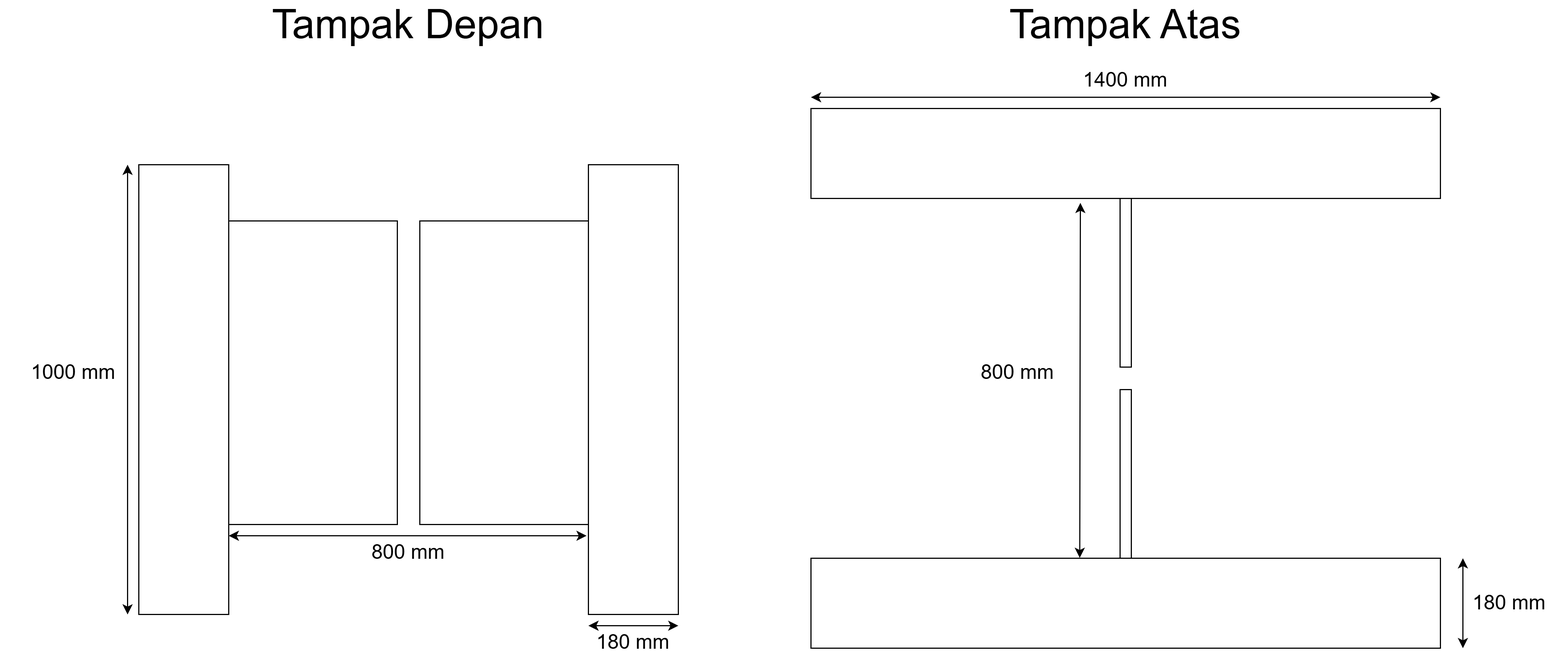
Above: image/gerbang-satuan.png in wNSYA/Proposal-TA (draw.io), before the change. Source tidied: cells renumbered, new cells last; positions are measured from the earlier drawing's top-left corner, leaving out a move shared by most shapes.
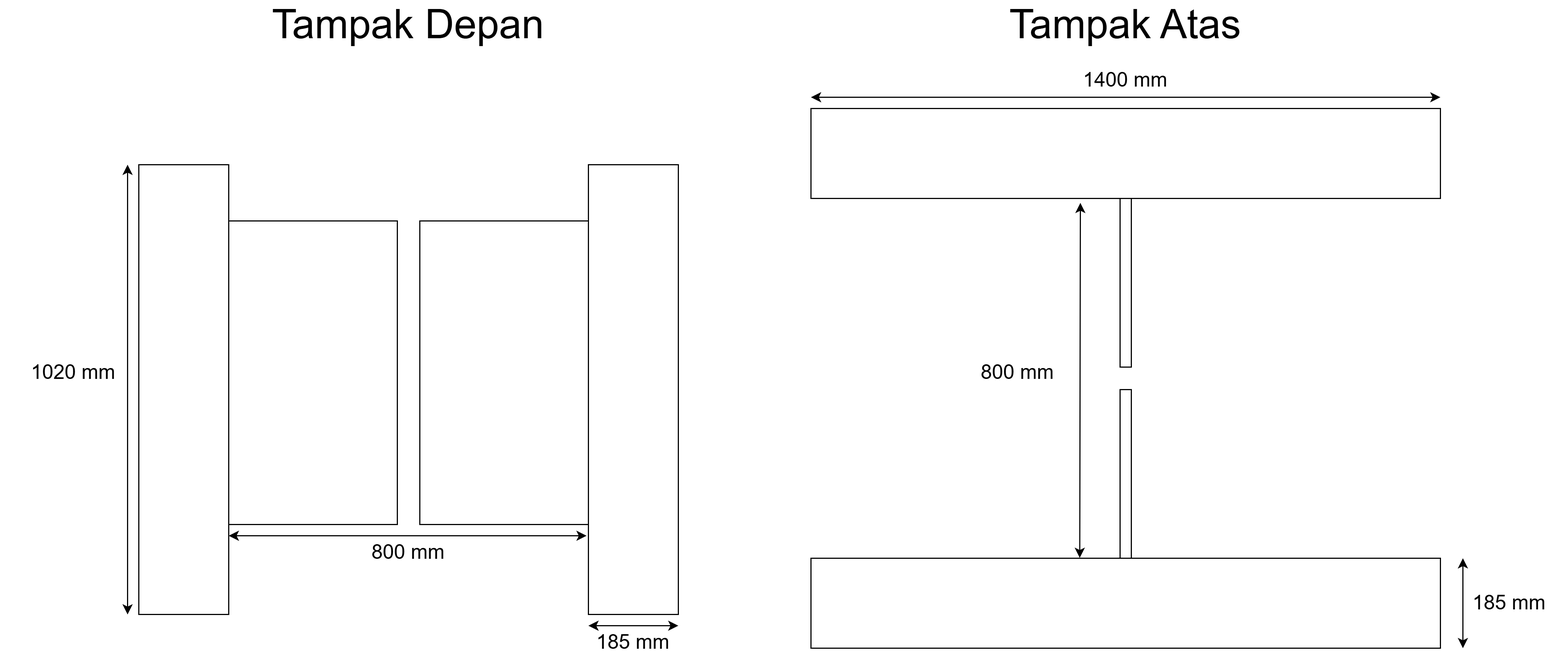
After the commit.

Change to the diagram source:
```diff
@@ -20,7 +20,7 @@
         <mxPoint x="603" y="550" as="targetPoint" />
       </mxGeometry>
     </mxCell>
-    <mxCell id="7" value="&lt;font style=&quot;font-size: 18px;&quot;&gt;180 mm&lt;/font&gt;" style="text;html=1;whiteSpace=wrap;strokeColor=none;fillColor=none;align=center;verticalAlign=middle;rounded=0;" parent="1" vertex="1">
+    <mxCell id="7" value="&lt;font style=&quot;font-size: 18px;&quot;&gt;185 mm&lt;/font&gt;" style="text;html=1;whiteSpace=wrap;strokeColor=none;fillColor=none;align=center;verticalAlign=middle;rounded=0;" parent="1" vertex="1">
       <mxGeometry x="497" y="550" width="132" height="30" as="geometry" />
     </mxCell>
     <mxCell id="8" style="endArrow=classic;startArrow=classic;html=1;rounded=0;" parent="1" edge="1">
@@ -29,7 +29,7 @@
         <mxPoint x="113" y="540" as="targetPoint" />
       </mxGeometry>
     </mxCell>
-    <mxCell id="9" value="&lt;font style=&quot;font-size: 18px;&quot;&gt;1000 mm&lt;/font&gt;" style="text;html=1;whiteSpace=wrap;strokeColor=none;fillColor=none;align=center;verticalAlign=middle;rounded=0;" parent="1" vertex="1">
+    <mxCell id="9" value="&lt;font style=&quot;font-size: 18px;&quot;&gt;1020 mm&lt;/font&gt;" style="text;html=1;whiteSpace=wrap;strokeColor=none;fillColor=none;align=center;verticalAlign=middle;rounded=0;" parent="1" vertex="1">
       <mxGeometry y="310" width="130" height="30" as="geometry" />
     </mxCell>
     <mxCell id="10" style="endArrow=classic;startArrow=classic;html=1;rounded=0;exitX=-0.02;exitY=0.825;exitDx=0;exitDy=0;exitPerimeter=0;" parent="1" edge="1" source="3">
@@ -73,7 +73,7 @@
     <mxCell id="21" value="&lt;font style=&quot;font-size: 18px;&quot;&gt;800 mm&lt;/font&gt;" style="text;html=1;whiteSpace=wrap;strokeColor=none;fillColor=none;align=center;verticalAlign=middle;rounded=0;" parent="1" vertex="1">
       <mxGeometry x="851" y="310" width="108" height="30" as="geometry" />
     </mxCell>
-    <mxCell id="22" value="&lt;font style=&quot;font-size: 18px;&quot;&gt;180 mm&lt;/font&gt;" style="text;html=1;whiteSpace=wrap;strokeColor=none;fillColor=none;align=center;verticalAlign=middle;rounded=0;" parent="1" vertex="1">
+    <mxCell id="22" value="&lt;font style=&quot;font-size: 18px;&quot;&gt;185 mm&lt;/font&gt;" style="text;html=1;whiteSpace=wrap;strokeColor=none;fillColor=none;align=center;verticalAlign=middle;rounded=0;" parent="1" vertex="1">
       <mxGeometry x="1290" y="515" width="105" height="30" as="geometry" />
     </mxCell>
     <mxCell id="23" style="endArrow=classic;startArrow=classic;html=1;rounded=0;exitX=0.426;exitY=0.002;exitDx=0;exitDy=0;exitPerimeter=0;" parent="1" edge="1">
```
